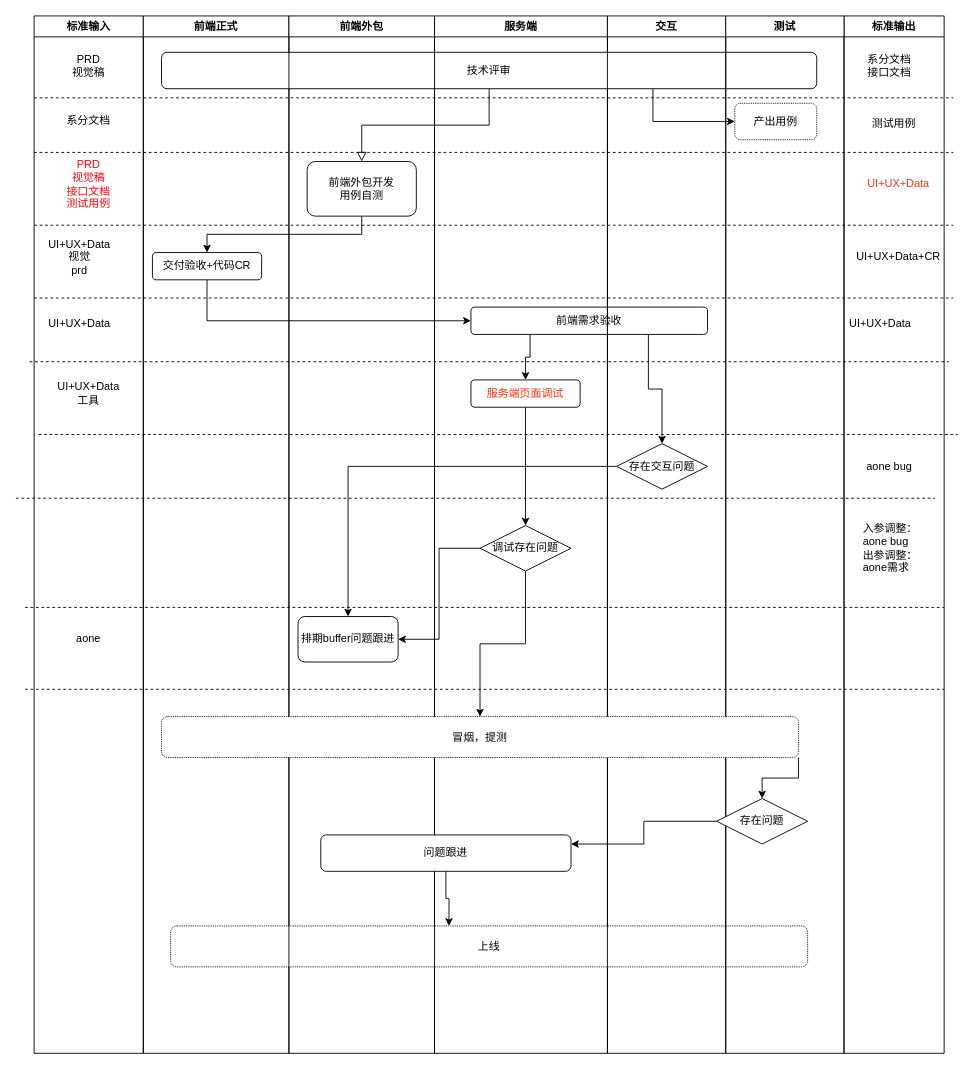
This is Untitled Diagram.drawio from huangzuizui/react-native-demo-TestApp20, a draw.io file, before an edit. Source tidied: cells renumbered, new cells numbered last; positions are measured from the earlier drawing's top-left corner, leaving out a move shared by most shapes. Both pictures are drawn from the tidied source at 91%, with x=0, y=0 at pixel (15, 15).
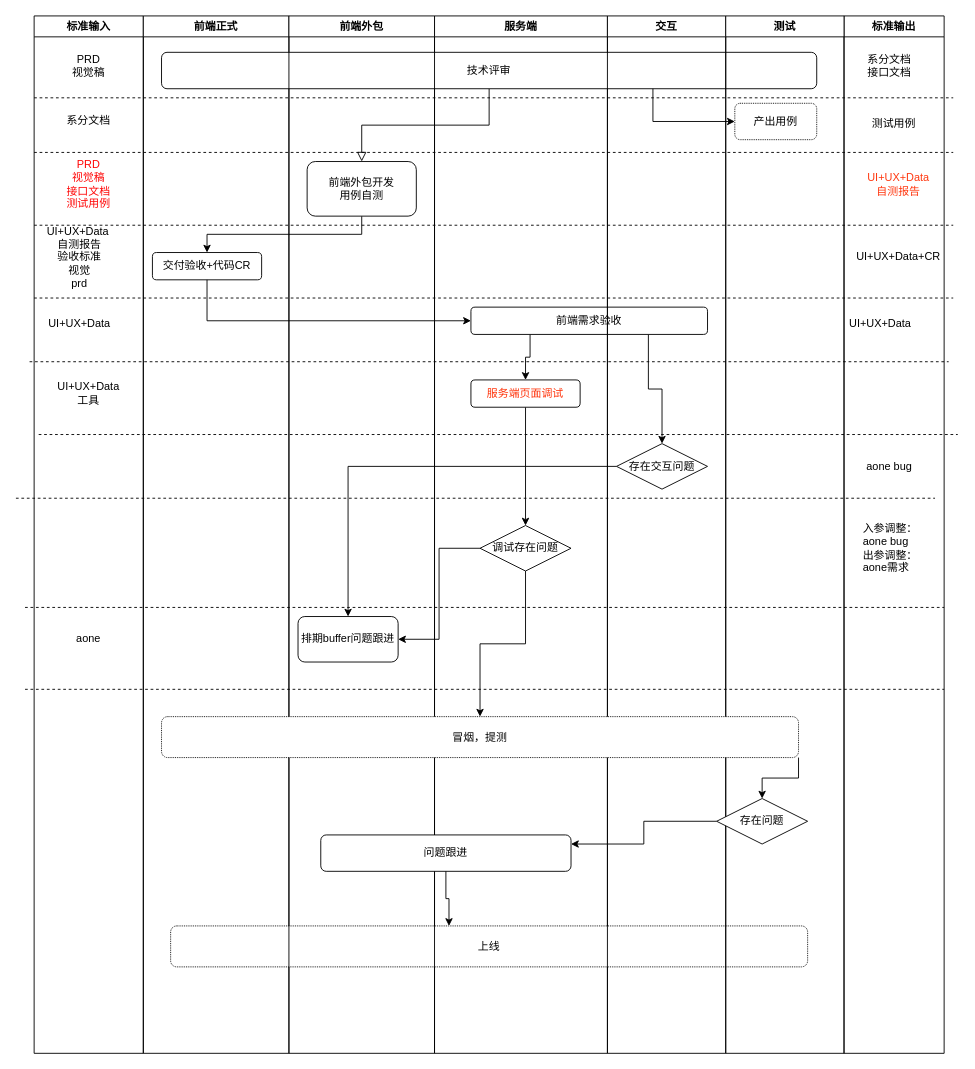
The same diagram, later.

Commit message:
开发流程优化

Unchanged cells that the change refers to:
```xml
<mxCell id="9" value="标准输入" style="swimlane;" parent="1" vertex="1">
  <mxGeometry x="20" width="120" height="1140" as="geometry" />
</mxCell>
<mxCell id="34" value="标准输出" style="swimlane;" parent="1" vertex="1">
  <mxGeometry x="910" width="110" height="1140" as="geometry" />
</mxCell>
```

The edit, as a diff of the source:
```diff
@@
-    <mxCell id="10" value="UI+UX+Data&lt;br&gt;视觉&lt;br&gt;prd" style="text;html=1;strokeColor=none;fillColor=none;align=center;verticalAlign=middle;whiteSpace=wrap;rounded=0;dashed=1;dashPattern=1 1;" parent="9" vertex="1">
+    <mxCell id="10" value="UI+UX+Data&amp;nbsp;&lt;br&gt;自测报告&lt;br&gt;验收标准&lt;br&gt;视觉&lt;br&gt;prd" style="text;html=1;strokeColor=none;fillColor=none;align=center;verticalAlign=middle;whiteSpace=wrap;rounded=0;dashed=1;dashPattern=1 1;" parent="9" vertex="1">
       <mxGeometry x="20" y="240" width="60" height="50" as="geometry" />
     </mxCell>
@@
-    <mxCell id="35" value="UI+UX+Data" style="text;html=1;strokeColor=none;fillColor=none;align=center;verticalAlign=middle;whiteSpace=wrap;rounded=0;fontColor=#FF370F;" parent="34" vertex="1">
+    <mxCell id="35" value="UI+UX+Data&lt;br&gt;自测报告" style="text;html=1;strokeColor=none;fillColor=none;align=center;verticalAlign=middle;whiteSpace=wrap;rounded=0;fontColor=#FF370F;" parent="34" vertex="1">
       <mxGeometry x="30" y="170" width="60" height="30" as="geometry" />
     </mxCell>
```
